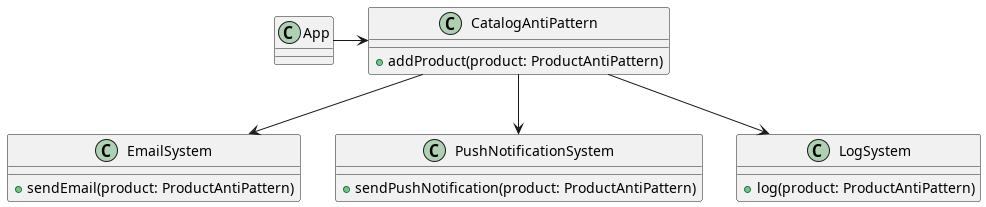
This is padroes-de-projeto/diagrams/observer_antipattern.png from dutrajy/bertoti, a PlantUML export, as it was before one commit.
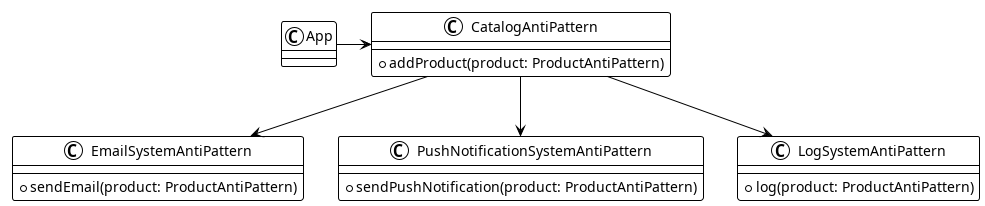
After the commit.

What changed in the source:
```diff
@@ -1,22 +1,23 @@
 @startuml
+!theme plain
 class CatalogAntiPattern {
     +addProduct(product: ProductAntiPattern)
 }
 
-class EmailSystem {
+class EmailSystemAntiPattern {
     +sendEmail(product: ProductAntiPattern)
 }
 
-class PushNotificationSystem {
+class PushNotificationSystemAntiPattern {
     +sendPushNotification(product: ProductAntiPattern)
 }
 
-class LogSystem {
+class LogSystemAntiPattern {
     +log(product: ProductAntiPattern)
 }
 
 App -right-> CatalogAntiPattern
-CatalogAntiPattern -down-> EmailSystem
-CatalogAntiPattern -down-> PushNotificationSystem
-CatalogAntiPattern -down-> LogSystem
+CatalogAntiPattern -down-> EmailSystemAntiPattern
+CatalogAntiPattern -down-> PushNotificationSystemAntiPattern
+CatalogAntiPattern -down-> LogSystemAntiPattern
 @enduml
```
